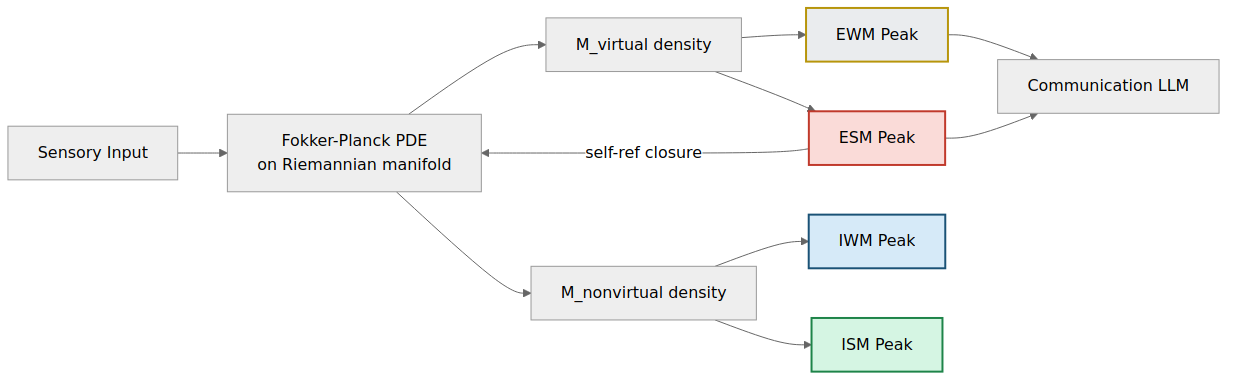
Before: docs/engineering/designs/pdf/png/design-09-simple.png, a diagram exported from Mermaid (JeltzProstetnic/aIware). Its source is kept beside it as docs/engineering/designs/pdf/mmd/design-09-simple.mmd.
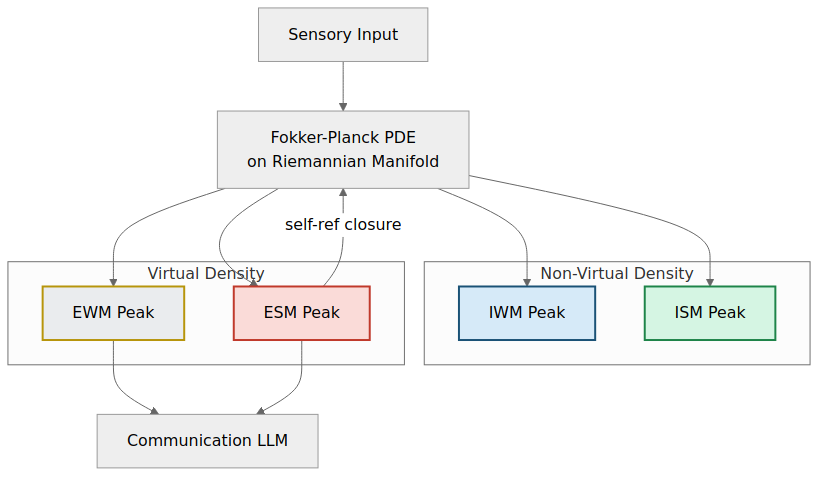
Later version of the same file.

What changed in the source:
```diff
@@ -1,11 +1,17 @@
-graph LR
-    SENS[Sensory Input] --> PDE[Fokker-Planck PDE<br/>on Riemannian manifold]
-    PDE --> MV[M_virtual density]
-    PDE --> MNV[M_nonvirtual density]
-    MV --> EWM[EWM Peak]
-    MV --> ESM[ESM Peak]
-    MNV --> IWM[IWM Peak]
-    MNV --> ISM[ISM Peak]
+graph TD
+    SENS[Sensory Input] --> PDE["Fokker-Planck PDE<br/>on Riemannian Manifold"]
+    subgraph NV["Non-Virtual Density"]
+        IWM["IWM Peak"]
+        ISM["ISM Peak"]
+    end
+    subgraph VR["Virtual Density"]
+        EWM["EWM Peak"]
+        ESM["ESM Peak"]
+    end
+    PDE --> IWM
+    PDE --> ISM
+    PDE --> EWM
+    PDE --> ESM
     ESM -->|self-ref closure| PDE
     EWM --> COMM[Communication LLM]
     ESM --> COMM
```
